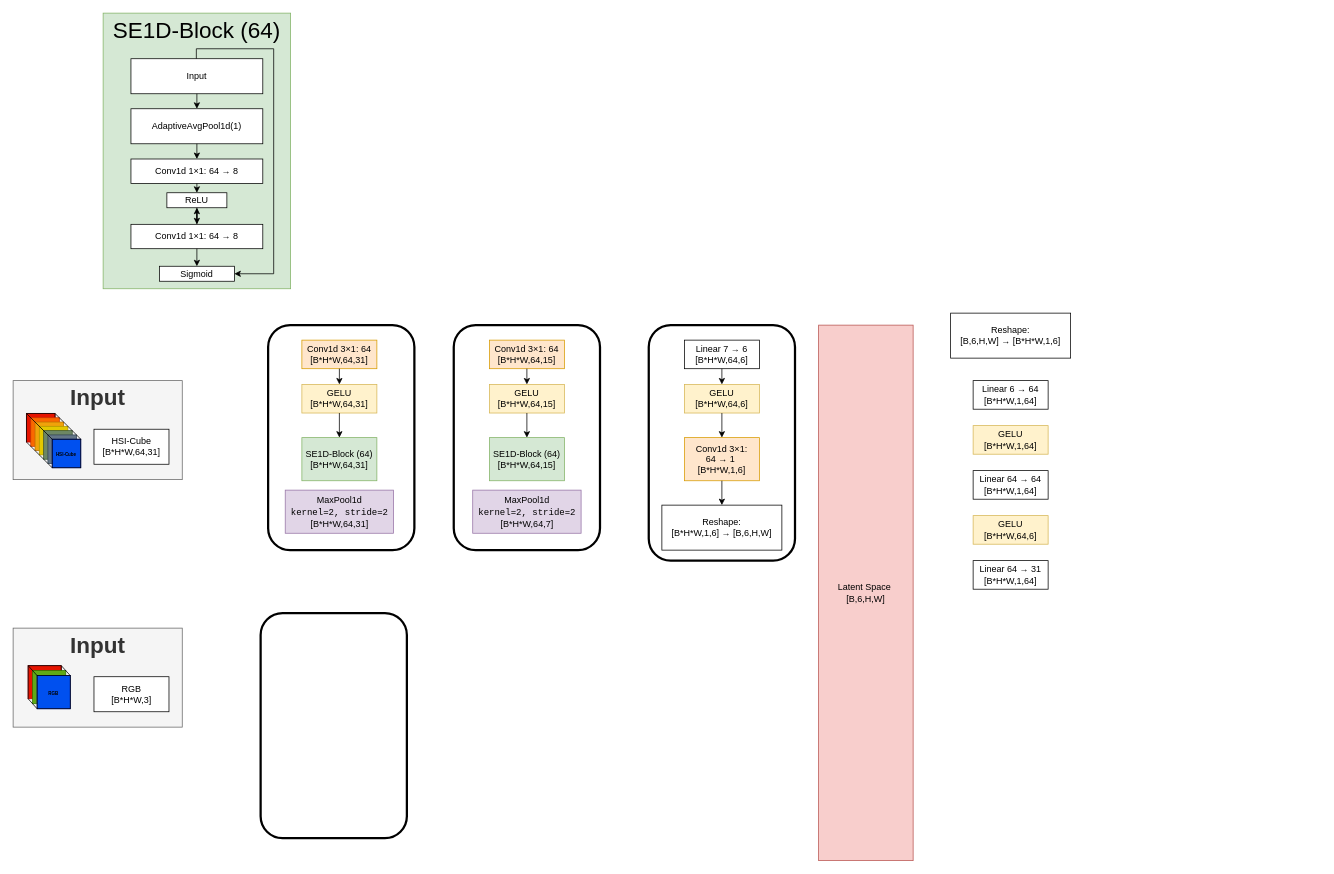
Earlier version of the draw.io diagram HYDRA_v1.drawio (Kevb-source/diagramms.net). Source tidied: cells renumbered, new cells numbered last; positions are measured from the earlier drawing's top-left corner, leaving out a move shared by most shapes. Both pictures are drawn from the tidied source at 75%, with x=0, y=0 at pixel (13, 13).
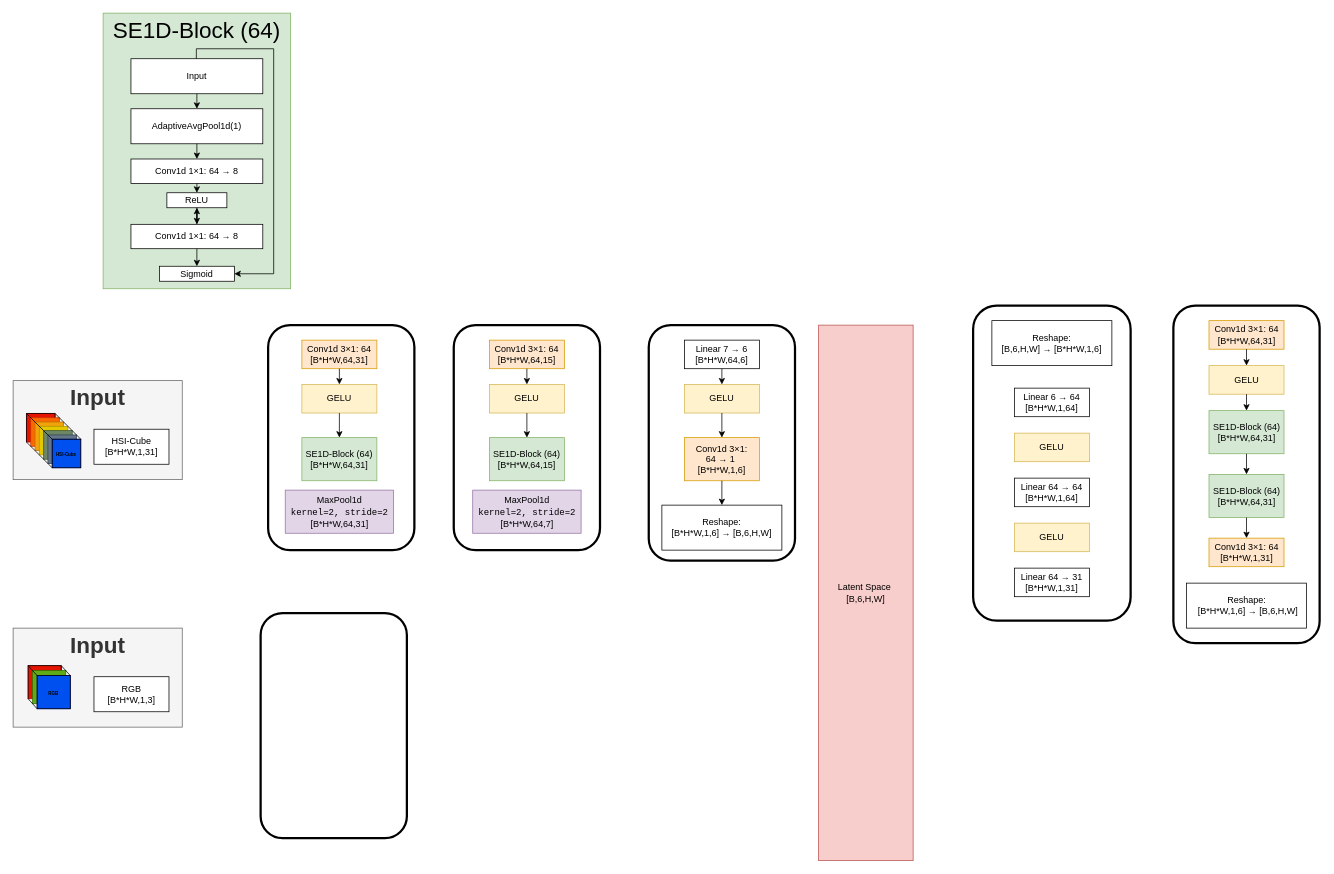
After the change.

Unchanged cells that the change refers to:
```xml
<mxCell id="17" style="group;" parent="1" vertex="1">
  <mxGeometry y="490" width="225.5" height="132" as="geometry" />
</mxCell>
<mxCell id="43" style="group;" parent="1" vertex="1">
  <mxGeometry x="580" y="416" width="210" height="300" as="geometry" />
</mxCell>
<mxCell id="52" style="group;" parent="1" vertex="1">
  <mxGeometry x="847.5" y="416" width="195" height="314" as="geometry" />
</mxCell>
<mxCell id="61" style="group;" parent="1" vertex="1">
  <mxGeometry y="820" width="225.5" height="132" as="geometry" />
</mxCell>
```

The edit, as a diff of the source:
```diff
@@
+    <mxCell id="35" style="group;strokeWidth=4;" parent="1" vertex="1">
+      <mxGeometry x="330" y="416" width="210" height="300" as="geometry" />
+    </mxCell>
+    <mxCell id="42" style="rounded=1;whiteSpace=wrap;html=1;fillColor=none;strokeWidth=3;" parent="35" vertex="1">
+      <mxGeometry x="10" width="195" height="300" as="geometry" />
+    </mxCell>
+    <mxCell id="36" value="&lt;div&gt;Conv1d 3×1: 64&lt;/div&gt;&lt;div&gt;[B*H*W,64,31]&lt;/div&gt;" style="rounded=0;whiteSpace=wrap;html=1;fillColor=#ffe6cc;strokeColor=#d79b00;" parent="35" vertex="1">
+      <mxGeometry x="55" y="20" width="100" height="38.1" as="geometry" />
+    </mxCell>
+    <mxCell id="37" value="&lt;div&gt;GELU&lt;/div&gt;" style="rounded=0;whiteSpace=wrap;html=1;fillColor=#fff2cc;strokeColor=#d6b656;" parent="35" vertex="1">
+      <mxGeometry x="55" y="79.1" width="100" height="38.1" as="geometry" />
+    </mxCell>
+    <mxCell id="38" value="&lt;div&gt;SE1D-Block (64)&lt;/div&gt;&lt;div&gt;[B*H*W,64,31]&lt;/div&gt;" style="rounded=0;whiteSpace=wrap;html=1;fillColor=#d5e8d4;strokeColor=#82b366;" parent="35" vertex="1">
+      <mxGeometry x="55" y="150" width="100" height="57.5" as="geometry" />
+    </mxCell>
+    <mxCell id="39" style="endArrow=classic;html=1;rounded=0;exitX=0.5;exitY=1;exitDx=0;exitDy=0;" parent="35" edge="1" source="36" target="37">
+      <mxGeometry relative="1" as="geometry" />
+    </mxCell>
+    <mxCell id="40" style="endArrow=classic;html=1;rounded=0;exitX=0.5;exitY=1;exitDx=0;exitDy=0;entryX=0.5;entryY=0;entryDx=0;entryDy=0;" parent="35" edge="1" source="37" target="38">
+      <mxGeometry relative="1" as="geometry" />
+    </mxCell>
+    <mxCell id="41" value="&lt;div&gt;MaxPool1d&lt;code&gt;&lt;span&gt;&lt;br&gt;kernel=2, stride=2&lt;/span&gt;&lt;/code&gt;&lt;/div&gt;&lt;div&gt;[B*H*W,64,31]&lt;/div&gt;" style="rounded=0;whiteSpace=wrap;html=1;fillColor=#e1d5e7;strokeColor=#9673a6;" parent="35" vertex="1">
+      <mxGeometry x="32.8" y="220" width="144.5" height="57.5" as="geometry" />
+    </mxCell>
@@
-    <mxCell id="34" value="HSI-Cube&lt;br&gt;[B*H*W,64,31]" style="rounded=0;whiteSpace=wrap;html=1;" parent="17" vertex="1">
+    <mxCell id="34" value="HSI-Cube&lt;br&gt;[B*H*W,1,31]" style="rounded=0;whiteSpace=wrap;html=1;" parent="17" vertex="1">
       <mxGeometry x="107.8" y="64.8" width="100" height="46.7" as="geometry" />
     </mxCell>
-    <mxCell id="35" style="group;strokeWidth=4;" parent="1" vertex="1">
-      <mxGeometry x="330" y="416" width="210" height="300" as="geometry" />
-    </mxCell>
-    <mxCell id="36" value="&lt;div&gt;Conv1d 3×1: 64&lt;/div&gt;&lt;div&gt;[B*H*W,64,31]&lt;/div&gt;" style="rounded=0;whiteSpace=wrap;html=1;fillColor=#ffe6cc;strokeColor=#d79b00;" parent="35" vertex="1">
-      <mxGeometry x="55" y="20" width="100" height="38.1" as="geometry" />
-    </mxCell>
-    <mxCell id="37" value="&lt;div&gt;GELU&lt;/div&gt;[B*H*W,64,31]" style="rounded=0;whiteSpace=wrap;html=1;fillColor=#fff2cc;strokeColor=#d6b656;" parent="35" vertex="1">
-      <mxGeometry x="55" y="79.1" width="100" height="38.1" as="geometry" />
-    </mxCell>
-    <mxCell id="38" value="&lt;div&gt;SE1D-Block (64)&lt;/div&gt;&lt;div&gt;[B*H*W,64,31]&lt;/div&gt;" style="rounded=0;whiteSpace=wrap;html=1;fillColor=#d5e8d4;strokeColor=#82b366;" parent="35" vertex="1">
-      <mxGeometry x="55" y="150" width="100" height="57.5" as="geometry" />
-    </mxCell>
-    <mxCell id="39" style="endArrow=classic;html=1;rounded=0;exitX=0.5;exitY=1;exitDx=0;exitDy=0;" parent="35" edge="1" source="36" target="37">
-      <mxGeometry relative="1" as="geometry" />
-    </mxCell>
-    <mxCell id="40" style="endArrow=classic;html=1;rounded=0;exitX=0.5;exitY=1;exitDx=0;exitDy=0;entryX=0.5;entryY=0;entryDx=0;entryDy=0;" parent="35" edge="1" source="37" target="38">
-      <mxGeometry relative="1" as="geometry" />
-    </mxCell>
-    <mxCell id="41" value="&lt;div&gt;MaxPool1d&lt;code&gt;&lt;span&gt;&lt;br&gt;kernel=2, stride=2&lt;/span&gt;&lt;/code&gt;&lt;/div&gt;&lt;div&gt;[B*H*W,64,31]&lt;/div&gt;" style="rounded=0;whiteSpace=wrap;html=1;fillColor=#e1d5e7;strokeColor=#9673a6;" parent="35" vertex="1">
-      <mxGeometry x="32.8" y="220" width="144.5" height="57.5" as="geometry" />
-    </mxCell>
-    <mxCell id="42" style="rounded=1;whiteSpace=wrap;html=1;fillColor=none;strokeWidth=3;" parent="35" vertex="1">
-      <mxGeometry x="10" width="195" height="300" as="geometry" />
-    </mxCell>
@@
+    <mxCell id="50" style="rounded=1;whiteSpace=wrap;html=1;fillColor=none;strokeWidth=3;" parent="43" vertex="1">
+      <mxGeometry x="7.5" width="195" height="300" as="geometry" />
+    </mxCell>
@@
-    <mxCell id="45" value="&lt;div&gt;GELU&lt;/div&gt;[B*H*W,64,15]" style="rounded=0;whiteSpace=wrap;html=1;fillColor=#fff2cc;strokeColor=#d6b656;" parent="43" vertex="1">
+    <mxCell id="45" value="&lt;div&gt;GELU&lt;/div&gt;" style="rounded=0;whiteSpace=wrap;html=1;fillColor=#fff2cc;strokeColor=#d6b656;" parent="43" vertex="1">
       <mxGeometry x="55" y="79.1" width="100" height="38.1" as="geometry" />
     </mxCell>
@@
-    <mxCell id="50" style="rounded=1;whiteSpace=wrap;html=1;fillColor=none;strokeWidth=3;" parent="43" vertex="1">
-      <mxGeometry x="7.5" width="195" height="300" as="geometry" />
-    </mxCell>
@@
-    <mxCell id="55" value="&lt;div&gt;GELU&lt;/div&gt;[B*H*W,64,6]" style="rounded=0;whiteSpace=wrap;html=1;fillColor=#fff2cc;strokeColor=#d6b656;" parent="52" vertex="1">
+    <mxCell id="55" value="&lt;div&gt;GELU&lt;/div&gt;" style="rounded=0;whiteSpace=wrap;html=1;fillColor=#fff2cc;strokeColor=#d6b656;" parent="52" vertex="1">
       <mxGeometry x="47.5" y="79.1" width="100" height="38.1" as="geometry" />
     </mxCell>
@@
-    <mxCell id="74" value="RGB&lt;br&gt;[B*H*W,3]" style="rounded=0;whiteSpace=wrap;html=1;" parent="61" vertex="1">
+    <mxCell id="74" value="RGB&lt;br&gt;[B*H*W,1,3]" style="rounded=0;whiteSpace=wrap;html=1;" parent="61" vertex="1">
       <mxGeometry x="107.8" y="64.8" width="100" height="46.7" as="geometry" />
     </mxCell>
@@
+    <mxCell id="82" style="group;" parent="1" vertex="1">
+      <mxGeometry x="1280" y="390" width="210" height="420" as="geometry" />
+    </mxCell>
+    <mxCell id="83" style="rounded=1;whiteSpace=wrap;html=1;fillColor=none;strokeWidth=3;" parent="82" vertex="1">
+      <mxGeometry width="210" height="420" as="geometry" />
+    </mxCell>
-    <mxCell id="76" value="&lt;div&gt;Linear 6 → 64&lt;/div&gt;&lt;div&gt;[B*H*W,1,64]&lt;/div&gt;" style="rounded=0;whiteSpace=wrap;html=1;" parent="1" vertex="1">
-      <mxGeometry x="1280" y="490" width="100" height="38.1" as="geometry" />
+    <mxCell id="76" value="&lt;div&gt;Linear 6 → 64&lt;/div&gt;&lt;div&gt;[B*H*W,1,64]&lt;/div&gt;" style="rounded=0;whiteSpace=wrap;html=1;" parent="82" vertex="1">
+      <mxGeometry x="55" y="110" width="100" height="38.1" as="geometry" />
     </mxCell>
-    <mxCell id="77" value="&lt;div&gt;GELU&lt;/div&gt;[B*H*W,1,64]" style="rounded=0;whiteSpace=wrap;html=1;fillColor=#fff2cc;strokeColor=#d6b656;" parent="1" vertex="1">
-      <mxGeometry x="1280" y="550" width="100" height="38.1" as="geometry" />
+    <mxCell id="77" value="&lt;div&gt;GELU&lt;/div&gt;" style="rounded=0;whiteSpace=wrap;html=1;fillColor=#fff2cc;strokeColor=#d6b656;" parent="82" vertex="1">
+      <mxGeometry x="55" y="170" width="100" height="38.1" as="geometry" />
     </mxCell>
-    <mxCell id="78" value="&lt;div&gt;Linear 64 → 64&lt;/div&gt;&lt;div&gt;[B*H*W,1,64]&lt;/div&gt;" style="rounded=0;whiteSpace=wrap;html=1;" parent="1" vertex="1">
-      <mxGeometry x="1280" y="610" width="100" height="38.1" as="geometry" />
+    <mxCell id="78" value="&lt;div&gt;Linear 64 → 64&lt;/div&gt;&lt;div&gt;[B*H*W,1,64]&lt;/div&gt;" style="rounded=0;whiteSpace=wrap;html=1;" parent="82" vertex="1">
+      <mxGeometry x="55" y="230" width="100" height="38.1" as="geometry" />
     </mxCell>
-    <mxCell id="79" value="&lt;div&gt;GELU&lt;/div&gt;[B*H*W,64,6]" style="rounded=0;whiteSpace=wrap;html=1;fillColor=#fff2cc;strokeColor=#d6b656;" parent="1" vertex="1">
-      <mxGeometry x="1280" y="670" width="100" height="38.1" as="geometry" />
+    <mxCell id="79" value="&lt;div&gt;GELU&lt;/div&gt;" style="rounded=0;whiteSpace=wrap;html=1;fillColor=#fff2cc;strokeColor=#d6b656;" parent="82" vertex="1">
+      <mxGeometry x="55" y="290" width="100" height="38.1" as="geometry" />
     </mxCell>
-    <mxCell id="80" value="&lt;div&gt;Linear 64 → 31&lt;/div&gt;&lt;div&gt;[B*H*W,1,64]&lt;/div&gt;" style="rounded=0;whiteSpace=wrap;html=1;" parent="1" vertex="1">
-      <mxGeometry x="1280" y="730" width="100" height="38.1" as="geometry" />
+    <mxCell id="80" value="&lt;div&gt;Linear 64 → 31&lt;/div&gt;&lt;div&gt;[B*H*W,1,31]&lt;/div&gt;" style="rounded=0;whiteSpace=wrap;html=1;" parent="82" vertex="1">
+      <mxGeometry x="55" y="350" width="100" height="38.1" as="geometry" />
     </mxCell>
-    <mxCell id="81" value="&lt;div&gt;Reshape:&lt;/div&gt;&lt;div&gt;[B,6,H,W]&amp;nbsp;→&amp;nbsp;[B*H*W,1,6]&lt;/div&gt;" style="rounded=0;whiteSpace=wrap;html=1;" parent="1" vertex="1">
-      <mxGeometry x="1250" y="400" width="160" height="60" as="geometry" />
+    <mxCell id="81" value="&lt;div&gt;Reshape:&lt;/div&gt;&lt;div&gt;[B,6,H,W]&amp;nbsp;→&amp;nbsp;[B*H*W,1,6]&lt;/div&gt;" style="rounded=0;whiteSpace=wrap;html=1;" parent="82" vertex="1">
+      <mxGeometry x="25" y="20" width="160" height="60" as="geometry" />
     </mxCell>
+    <mxCell id="84" style="group;" parent="1" vertex="1">
+      <mxGeometry x="1547" y="390" width="195" height="450" as="geometry" />
+    </mxCell>
+    <mxCell id="85" style="rounded=1;whiteSpace=wrap;html=1;fillColor=none;strokeWidth=3;" parent="84" vertex="1">
+      <mxGeometry width="195" height="450" as="geometry" />
+    </mxCell>
+    <mxCell id="86" value="&lt;div&gt;Conv1d 3×1: 64&lt;/div&gt;&lt;div&gt;[B*H*W,64,31]&lt;/div&gt;" style="rounded=0;whiteSpace=wrap;html=1;fillColor=#ffe6cc;strokeColor=#d79b00;" parent="84" vertex="1">
+      <mxGeometry x="47.5" y="20" width="100" height="38.1" as="geometry" />
+    </mxCell>
+    <mxCell id="87" value="&lt;div&gt;GELU&lt;/div&gt;" style="rounded=0;whiteSpace=wrap;html=1;fillColor=#fff2cc;strokeColor=#d6b656;" parent="84" vertex="1">
+      <mxGeometry x="47.5" y="80" width="100" height="38.1" as="geometry" />
+    </mxCell>
+    <mxCell id="88" value="&lt;div&gt;SE1D-Block (64)&lt;/div&gt;&lt;div&gt;[B*H*W,64,31]&lt;/div&gt;" style="rounded=0;whiteSpace=wrap;html=1;fillColor=#d5e8d4;strokeColor=#82b366;" parent="84" vertex="1">
+      <mxGeometry x="47.5" y="140" width="100" height="57.5" as="geometry" />
+    </mxCell>
+    <mxCell id="89" style="endArrow=classic;html=1;rounded=0;exitX=0.5;exitY=1;exitDx=0;exitDy=0;" parent="84" edge="1" source="86" target="87">
+      <mxGeometry relative="1" as="geometry" />
+    </mxCell>
+    <mxCell id="90" style="endArrow=classic;html=1;rounded=0;exitX=0.5;exitY=1;exitDx=0;exitDy=0;entryX=0.5;entryY=0;entryDx=0;entryDy=0;" parent="84" edge="1" source="87" target="88">
+      <mxGeometry relative="1" as="geometry" />
+    </mxCell>
+    <mxCell id="91" value="&lt;div&gt;SE1D-Block (64)&lt;/div&gt;&lt;div&gt;[B*H*W,64,31]&lt;/div&gt;" style="rounded=0;whiteSpace=wrap;html=1;fillColor=#d5e8d4;strokeColor=#82b366;" parent="84" vertex="1">
+      <mxGeometry x="47.5" y="225" width="100" height="57.5" as="geometry" />
+    </mxCell>
+    <mxCell id="92" value="&lt;div&gt;Conv1d 3×1: 64&lt;/div&gt;&lt;div&gt;[B*H*W,1,31]&lt;/div&gt;" style="rounded=0;whiteSpace=wrap;html=1;fillColor=#ffe6cc;strokeColor=#d79b00;" parent="84" vertex="1">
+      <mxGeometry x="47.5" y="310" width="100" height="38.1" as="geometry" />
+    </mxCell>
+    <mxCell id="93" style="endArrow=classic;html=1;rounded=0;exitX=0.5;exitY=1;exitDx=0;exitDy=0;entryX=0.5;entryY=0;entryDx=0;entryDy=0;" parent="84" edge="1" source="88" target="91">
+      <mxGeometry relative="1" as="geometry" />
+    </mxCell>
+    <mxCell id="94" style="endArrow=classic;html=1;rounded=0;exitX=0.5;exitY=1;exitDx=0;exitDy=0;entryX=0.5;entryY=0;entryDx=0;entryDy=0;" parent="84" edge="1" source="91" target="92">
+      <mxGeometry relative="1" as="geometry" />
+    </mxCell>
+    <mxCell id="95" value="&lt;div&gt;Reshape:&lt;/div&gt;&lt;div&gt;&amp;nbsp;[B*H*W,1,6]&amp;nbsp;→&amp;nbsp;[B,6,H,W]&lt;/div&gt;" style="rounded=0;whiteSpace=wrap;html=1;" parent="84" vertex="1">
+      <mxGeometry x="17.5" y="370" width="160" height="60" as="geometry" />
+    </mxCell>
```
